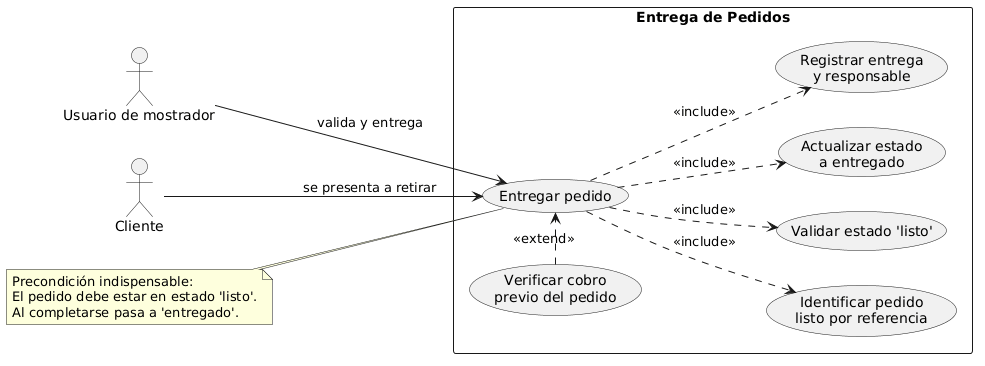
The PlantUML diagram diagramas/02-casos-de-uso/02-entregar-pedido.png in cmariano93-netizen/SistemaPedidos, before a commit.
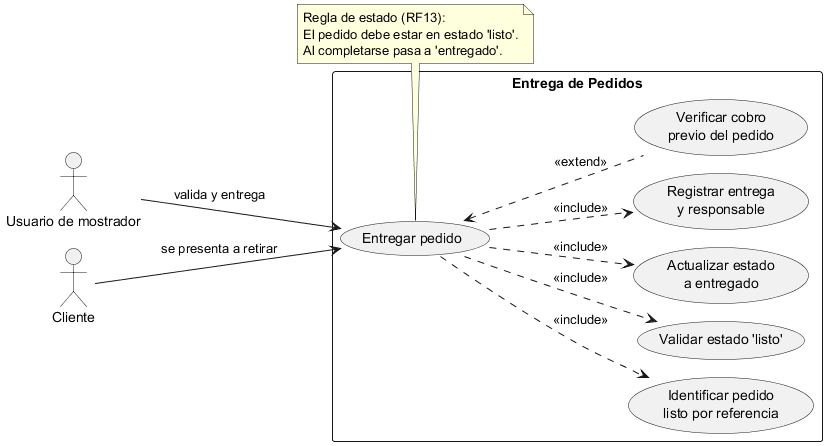
After the commit.

Diff of the diagram source:
```diff
@@ -1,5 +1,8 @@
 @startuml
+!pragma layout smetana
 left to right direction
+skinparam packageStyle rectangle
+skinparam shadowing false
 
 actor "Usuario de mostrador" as Mostrador
 actor "Cliente" as Cliente
@@ -16,15 +19,15 @@
 Cliente --> UC_Entrega : se presenta a retirar
 Mostrador --> UC_Entrega : valida y entrega
 
-UC_Entrega -d.> UC_Identificar : <<include>>
-UC_Entrega -d.> UC_ValidarListo : <<include>>
-UC_Entrega -d.> UC_ActualizarEntregado : <<include>>
-UC_Entrega -d.> UC_RegistrarAudit : <<include>>
+UC_Entrega ..> UC_Identificar : <<include>>
+UC_Entrega ..> UC_ValidarListo : <<include>>
+UC_Entrega ..> UC_ActualizarEntregado : <<include>>
+UC_Entrega ..> UC_RegistrarAudit : <<include>>
 
-UC_VerificarCobro .> UC_Entrega : <<extend>>
+UC_Entrega <.. UC_VerificarCobro : <<extend>>
 
-note left of UC_Entrega
-  Precondición indispensable:
+note bottom of UC_Entrega
+  Regla de estado (RF13):
   El pedido debe estar en estado 'listo'.
   Al completarse pasa a 'entregado'.
 end note
```
